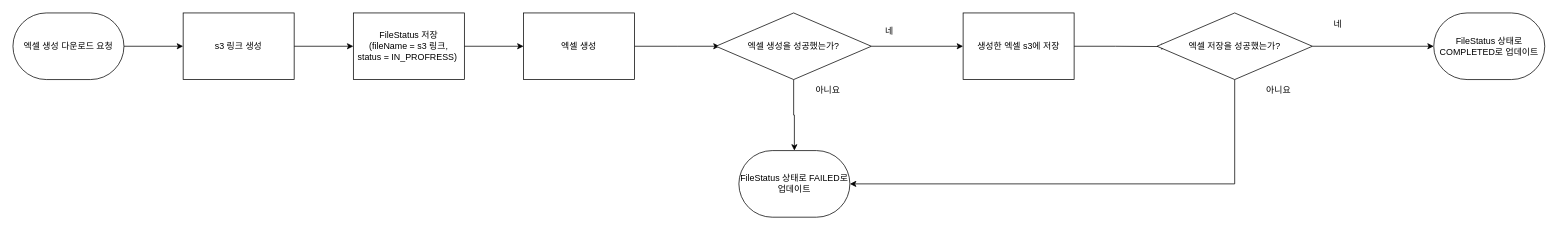
Before: 엑셀 생성.drawio in chea-young/UML, a draw.io diagram. Source tidied: cells renumbered, new cells numbered last; positions are measured from the earlier drawing's top-left corner, leaving out a move shared by most shapes. Both pictures are drawn from the tidied source at 74%, with x=0, y=0 at pixel (13, 13).
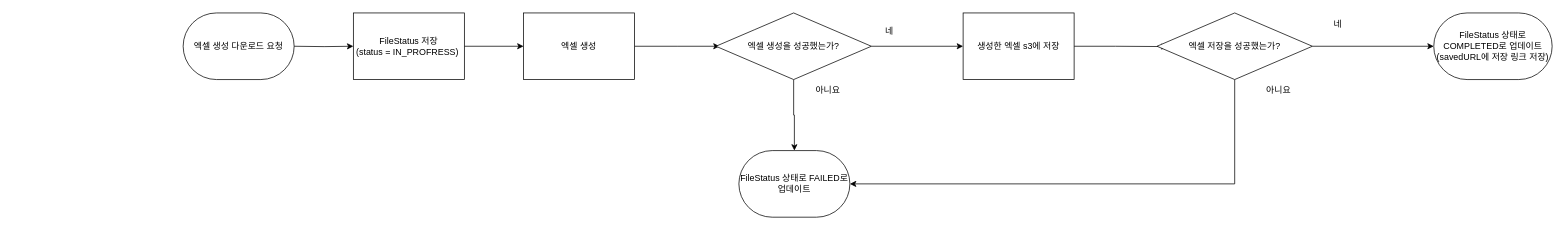
The same diagram, later.

Commit message:
엑셀 생성.drawio 업데이트

What changed in the source:
```diff
@@
-    <mxCell id="2" style="edgeStyle=orthogonalEdgeStyle;rounded=0;jettySize=auto;html=1;fontFamily=Helvetica;" parent="1" edge="1" source="3" target="5">
-      <mxGeometry relative="1" as="geometry" />
-    </mxCell>
     <mxCell id="3" value="엑셀 생성 다운로드 요청" style="rounded=1;whiteSpace=wrap;html=1;arcSize=50;fontFamily=Helvetica;" parent="1" vertex="1">
-      <mxGeometry width="150" height="90" as="geometry" />
+      <mxGeometry x="230" width="150" height="90" as="geometry" />
     </mxCell>
-    <mxCell id="4" style="edgeStyle=orthogonalEdgeStyle;rounded=0;jettySize=auto;html=1;" parent="1" edge="1" source="5" target="9">
-      <mxGeometry relative="1" as="geometry" />
+    <mxCell id="4" style="edgeStyle=orthogonalEdgeStyle;rounded=0;jettySize=auto;html=1;" parent="1" edge="1" target="9">
+      <mxGeometry relative="1" as="geometry">
+        <mxPoint x="380" y="45" as="sourcePoint" />
+      </mxGeometry>
     </mxCell>
-    <mxCell id="5" value="s3 링크 생성" style="whiteSpace=wrap;html=1;rounded=1;strokeColor=default;align=center;verticalAlign=middle;fontFamily=Helvetica;fontSize=12;fontColor=default;fillColor=default;arcSize=0;" parent="1" vertex="1">
-      <mxGeometry x="230" width="150" height="90" as="geometry" />
-    </mxCell>
@@
-    <mxCell id="9" value="FileStatus 저장&lt;div&gt;(fileName = s3 링크,&lt;/div&gt;&lt;div&gt;status = IN_PROFRESS)&amp;nbsp;&lt;/div&gt;" style="whiteSpace=wrap;html=1;rounded=1;strokeColor=default;align=center;verticalAlign=middle;fontFamily=Helvetica;fontSize=12;fontColor=default;fillColor=default;arcSize=0;" parent="1" vertex="1">
+    <mxCell id="9" value="FileStatus 저장&lt;div&gt;(&lt;span style=&quot;background-color: initial;&quot;&gt;status = IN_PROFRESS)&amp;nbsp;&lt;/span&gt;&lt;/div&gt;" style="whiteSpace=wrap;html=1;rounded=1;strokeColor=default;align=center;verticalAlign=middle;fontFamily=Helvetica;fontSize=12;fontColor=default;fillColor=default;arcSize=0;" parent="1" vertex="1">
       <mxGeometry x="460" width="150" height="90" as="geometry" />
     </mxCell>
@@
-    <mxCell id="23" value="FileStatus 상태로 COMPLETED로 업데이트" style="whiteSpace=wrap;html=1;rounded=1;strokeColor=default;align=center;verticalAlign=middle;fontFamily=Helvetica;fontSize=12;fontColor=default;fillColor=default;arcSize=50;" parent="1" vertex="1">
-      <mxGeometry x="1920" width="150" height="90" as="geometry" />
+    <mxCell id="23" value="FileStatus 상태로 COMPLETED로 업데이트&lt;br&gt;(savedURL에 저장 링크 저장)" style="whiteSpace=wrap;html=1;rounded=1;strokeColor=default;align=center;verticalAlign=middle;fontFamily=Helvetica;fontSize=12;fontColor=default;fillColor=default;arcSize=50;" parent="1" vertex="1">
+      <mxGeometry x="1920" width="160" height="90" as="geometry" />
     </mxCell>
```
